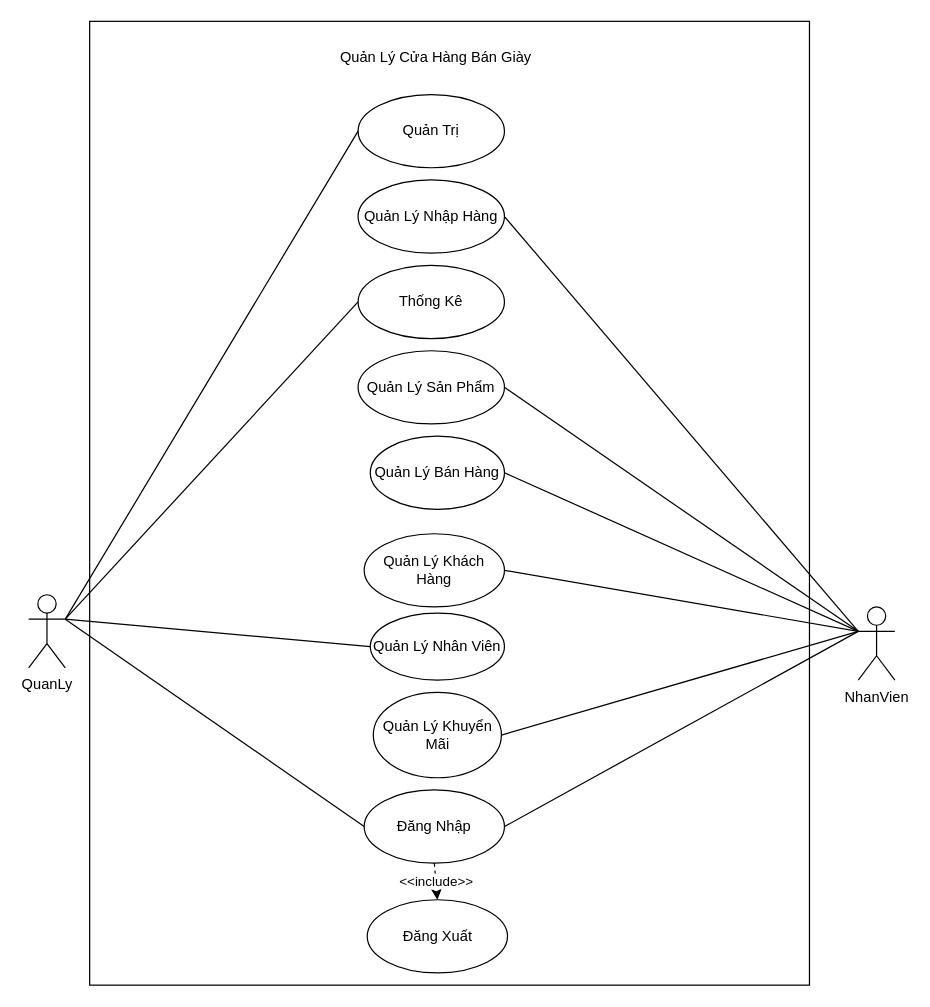
Above: UseCase3.drawio in maivantai2003/Database (draw.io), before the change. Source tidied: cells renumbered, new cells numbered last; positions are measured from the earlier drawing's top-left corner, leaving out a move shared by most shapes. Both pictures are drawn from the tidied source at 122%, with x=0, y=0 at pixel (28, 21).
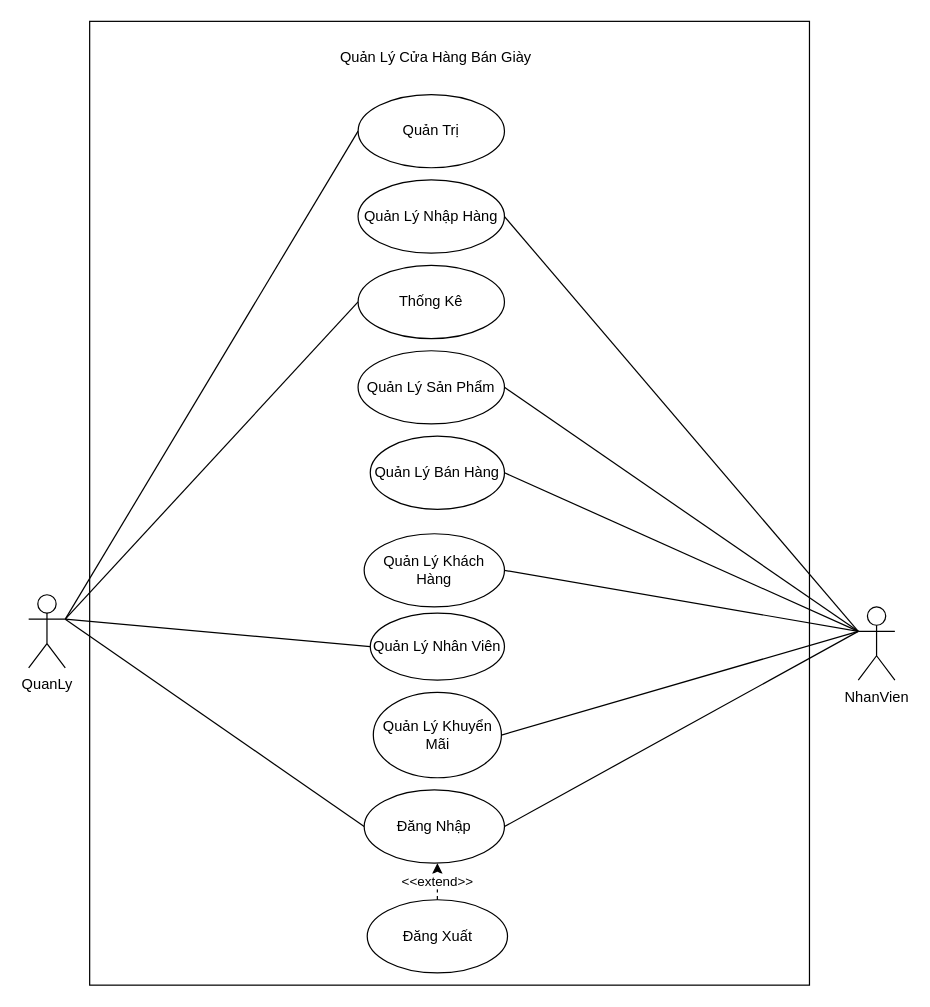
The same page after the edit.

Commit message:
Cập nhật UseCase3.drawio

The change refers to these unchanged cells:
```xml
<mxCell id="4" value="Đăng Xuất" style="ellipse;whiteSpace=wrap;html=1;" parent="1" vertex="1">
  <mxGeometry x="277.5" y="720" width="115" height="60" as="geometry" />
</mxCell>
<mxCell id="15" value="Đăng Nhập" style="ellipse;whiteSpace=wrap;html=1;" parent="1" vertex="1">
  <mxGeometry x="275" y="630" width="115" height="60" as="geometry" />
</mxCell>
```

The edit, as a diff of the source:
```diff
@@
-    <mxCell id="25" value="&amp;lt;&amp;lt;include&amp;gt;&amp;gt;" style="endArrow=classic;html=1;rounded=0;exitX=0.5;exitY=1;exitDx=0;exitDy=0;entryX=0.5;entryY=0;entryDx=0;entryDy=0;dashed=1;" parent="1" edge="1" source="15" target="4">
-      <mxGeometry relative="1" as="geometry" />
-    </mxCell>
@@
+    <mxCell id="27" value="&amp;lt;&amp;lt;extend&amp;gt;&amp;gt;" style="endArrow=classic;html=1;rounded=0;exitX=0.5;exitY=0;exitDx=0;exitDy=0;dashed=1;" parent="1" edge="1" source="4">
+      <mxGeometry relative="1" as="geometry">
+        <mxPoint x="335" y="690" as="targetPoint" />
+      </mxGeometry>
+    </mxCell>
```
